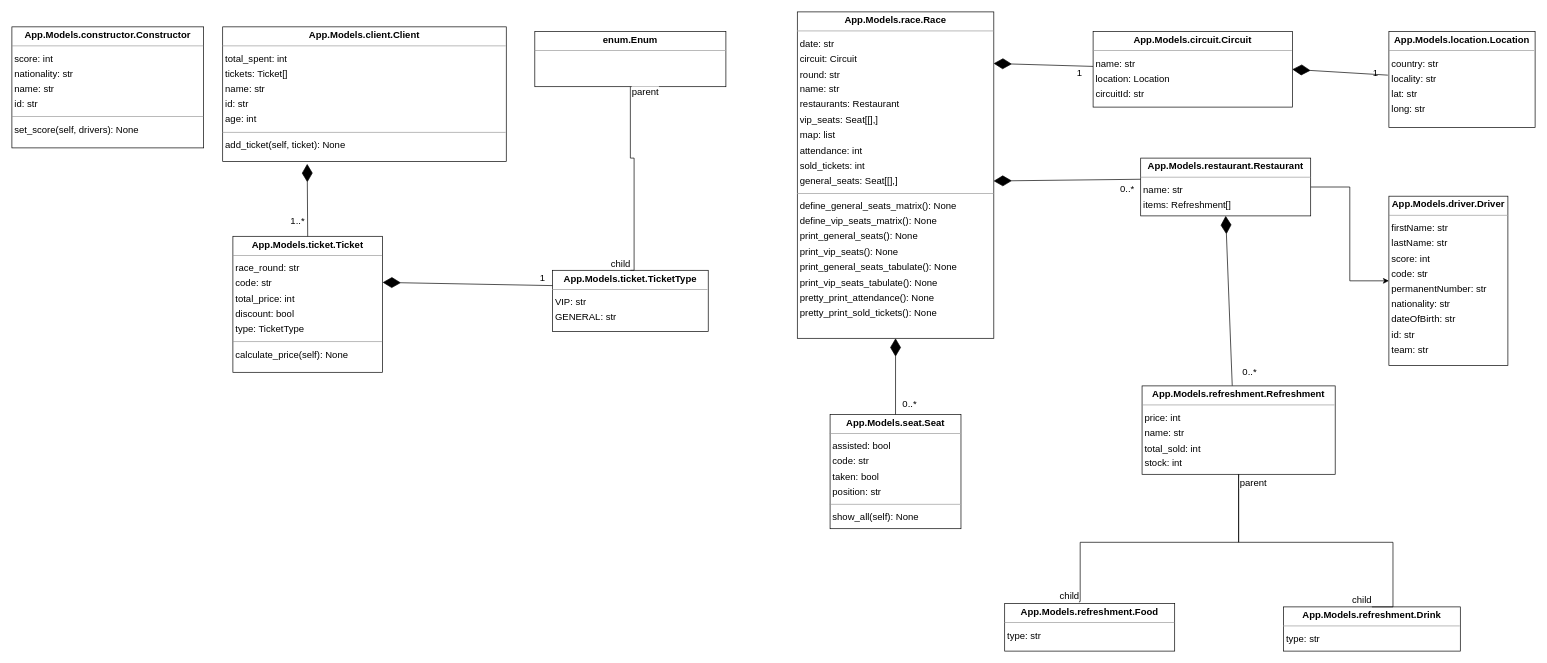
This is UML_Diagram.drawio from JesusF-GonzalezM/Proyecto-AyP, a draw.io file, before an edit. Source tidied: cells renumbered, new cells numbered last; positions are measured from the earlier drawing's top-left corner, leaving out a move shared by most shapes. Both pictures are drawn from the tidied source at 68%, with x=0, y=0 at pixel (12, 12).
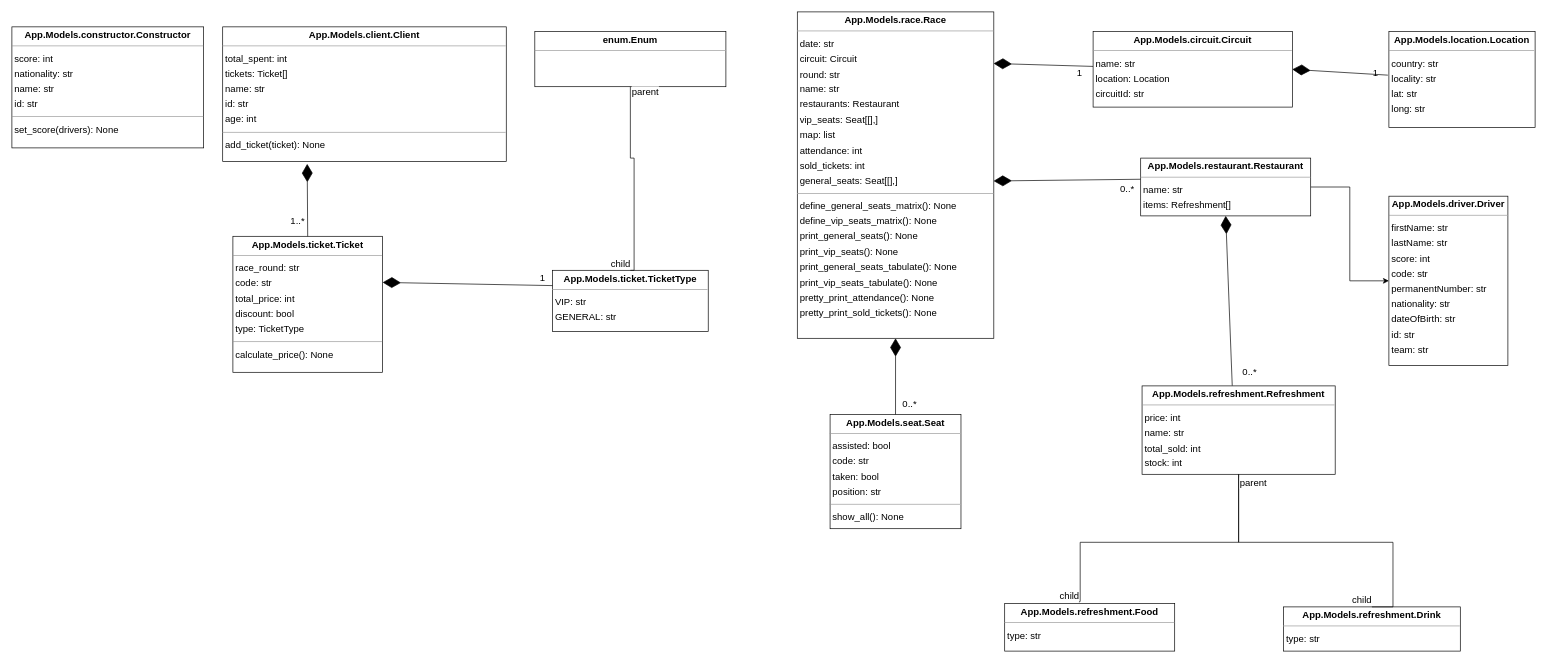
Above is the later version.

Change to the diagram source:
```diff
@@
-    <mxCell id="3" value="&lt;p style=&quot;margin:0px;margin-top:4px;text-align:center;&quot;&gt;&lt;b&gt;App.Models.client.Client&lt;/b&gt;&lt;/p&gt;&lt;hr size=&quot;1&quot;&gt;&lt;p style=&quot;margin:0 0 0 4px;line-height:1.6;&quot;&gt; total_spent: int&lt;br&gt; tickets: Ticket[]&lt;br&gt; name: str&lt;br&gt; id: str&amp;nbsp;&lt;br&gt; age: int&lt;/p&gt;&lt;hr size=&quot;1&quot;&gt;&lt;p style=&quot;margin:0 0 0 4px;line-height:1.6;&quot;&gt;add_ticket(self, ticket): None&lt;/p&gt;" style="verticalAlign=top;align=left;overflow=fill;fontSize=14;fontFamily=Helvetica;html=1;rounded=0;shadow=0;comic=0;labelBackgroundColor=none;strokeWidth=1;" parent="1" vertex="1">
+    <mxCell id="3" value="&lt;p style=&quot;margin:0px;margin-top:4px;text-align:center;&quot;&gt;&lt;b&gt;App.Models.client.Client&lt;/b&gt;&lt;/p&gt;&lt;hr size=&quot;1&quot;&gt;&lt;p style=&quot;margin:0 0 0 4px;line-height:1.6;&quot;&gt; total_spent: int&lt;br&gt; tickets: Ticket[]&lt;br&gt; name: str&lt;br&gt; id: str&amp;nbsp;&lt;br&gt; age: int&lt;/p&gt;&lt;hr size=&quot;1&quot;&gt;&lt;p style=&quot;margin:0 0 0 4px;line-height:1.6;&quot;&gt;add_ticket(ticket): None&lt;/p&gt;" style="verticalAlign=top;align=left;overflow=fill;fontSize=14;fontFamily=Helvetica;html=1;rounded=0;shadow=0;comic=0;labelBackgroundColor=none;strokeWidth=1;" parent="1" vertex="1">
       <mxGeometry x="310" y="22" width="417" height="198" as="geometry" />
     </mxCell>
-    <mxCell id="4" value="&lt;p style=&quot;margin:0px;margin-top:4px;text-align:center;&quot;&gt;&lt;b&gt;App.Models.constructor.Constructor&lt;/b&gt;&lt;/p&gt;&lt;hr size=&quot;1&quot;&gt;&lt;p style=&quot;margin:0 0 0 4px;line-height:1.6;&quot;&gt;score: int&lt;br&gt;nationality: str&lt;br&gt;name: str&lt;br&gt;id: str&lt;/p&gt;&lt;hr size=&quot;1&quot;&gt;&lt;p style=&quot;margin:0 0 0 4px;line-height:1.6;&quot;&gt;set_score(self, drivers): None&lt;/p&gt;" style="verticalAlign=top;align=left;overflow=fill;fontSize=14;fontFamily=Helvetica;html=1;rounded=0;shadow=0;comic=0;labelBackgroundColor=none;strokeWidth=1;" parent="1" vertex="1">
+    <mxCell id="4" value="&lt;p style=&quot;margin:0px;margin-top:4px;text-align:center;&quot;&gt;&lt;b&gt;App.Models.constructor.Constructor&lt;/b&gt;&lt;/p&gt;&lt;hr size=&quot;1&quot;&gt;&lt;p style=&quot;margin:0 0 0 4px;line-height:1.6;&quot;&gt;score: int&lt;br&gt;nationality: str&lt;br&gt;name: str&lt;br&gt;id: str&lt;/p&gt;&lt;hr size=&quot;1&quot;&gt;&lt;p style=&quot;margin:0 0 0 4px;line-height:1.6;&quot;&gt;set_score(drivers): None&lt;/p&gt;" style="verticalAlign=top;align=left;overflow=fill;fontSize=14;fontFamily=Helvetica;html=1;rounded=0;shadow=0;comic=0;labelBackgroundColor=none;strokeWidth=1;" parent="1" vertex="1">
       <mxGeometry y="22" width="282" height="178" as="geometry" />
     </mxCell>
@@
-    <mxCell id="13" value="&lt;p style=&quot;margin:0px;margin-top:4px;text-align:center;&quot;&gt;&lt;b&gt;App.Models.seat.Seat&lt;/b&gt;&lt;/p&gt;&lt;hr size=&quot;1&quot;&gt;&lt;p style=&quot;margin:0 0 0 4px;line-height:1.6;&quot;&gt; assisted: bool&lt;br&gt; code: str&lt;br&gt; taken: bool&lt;br&gt; position: str&lt;/p&gt;&lt;hr size=&quot;1&quot;&gt;&lt;p style=&quot;margin:0 0 0 4px;line-height:1.6;&quot;&gt;show_all(self): None&lt;/p&gt;" style="verticalAlign=top;align=left;overflow=fill;fontSize=14;fontFamily=Helvetica;html=1;rounded=0;shadow=0;comic=0;labelBackgroundColor=none;strokeWidth=1;" parent="1" vertex="1">
+    <mxCell id="13" value="&lt;p style=&quot;margin:0px;margin-top:4px;text-align:center;&quot;&gt;&lt;b&gt;App.Models.seat.Seat&lt;/b&gt;&lt;/p&gt;&lt;hr size=&quot;1&quot;&gt;&lt;p style=&quot;margin:0 0 0 4px;line-height:1.6;&quot;&gt; assisted: bool&lt;br&gt; code: str&lt;br&gt; taken: bool&lt;br&gt; position: str&lt;/p&gt;&lt;hr size=&quot;1&quot;&gt;&lt;p style=&quot;margin:0 0 0 4px;line-height:1.6;&quot;&gt;show_all(): None&lt;/p&gt;" style="verticalAlign=top;align=left;overflow=fill;fontSize=14;fontFamily=Helvetica;html=1;rounded=0;shadow=0;comic=0;labelBackgroundColor=none;strokeWidth=1;" parent="1" vertex="1">
       <mxGeometry x="1203.2" y="592" width="192.5" height="168" as="geometry" />
     </mxCell>
-    <mxCell id="14" value="&lt;p style=&quot;margin:0px;margin-top:4px;text-align:center;&quot;&gt;&lt;b&gt;App.Models.ticket.Ticket&lt;/b&gt;&lt;/p&gt;&lt;hr size=&quot;1&quot;&gt;&lt;p style=&quot;margin:0 0 0 4px;line-height:1.6;&quot;&gt; race_round: str&lt;br&gt; code: str&lt;br&gt; total_price: int&lt;br&gt; discount: bool&lt;br&gt; type: TicketType&lt;/p&gt;&lt;hr size=&quot;1&quot;&gt;&lt;p style=&quot;margin:0 0 0 4px;line-height:1.6;&quot;&gt;calculate_price(self): None&lt;/p&gt;" style="verticalAlign=top;align=left;overflow=fill;fontSize=14;fontFamily=Helvetica;html=1;rounded=0;shadow=0;comic=0;labelBackgroundColor=none;strokeWidth=1;" parent="1" vertex="1">
+    <mxCell id="14" value="&lt;p style=&quot;margin:0px;margin-top:4px;text-align:center;&quot;&gt;&lt;b&gt;App.Models.ticket.Ticket&lt;/b&gt;&lt;/p&gt;&lt;hr size=&quot;1&quot;&gt;&lt;p style=&quot;margin:0 0 0 4px;line-height:1.6;&quot;&gt; race_round: str&lt;br&gt; code: str&lt;br&gt; total_price: int&lt;br&gt; discount: bool&lt;br&gt; type: TicketType&lt;/p&gt;&lt;hr size=&quot;1&quot;&gt;&lt;p style=&quot;margin:0 0 0 4px;line-height:1.6;&quot;&gt;calculate_price(): None&lt;/p&gt;" style="verticalAlign=top;align=left;overflow=fill;fontSize=14;fontFamily=Helvetica;html=1;rounded=0;shadow=0;comic=0;labelBackgroundColor=none;strokeWidth=1;" parent="1" vertex="1">
       <mxGeometry x="325" y="330" width="220" height="200" as="geometry" />
     </mxCell>
```
